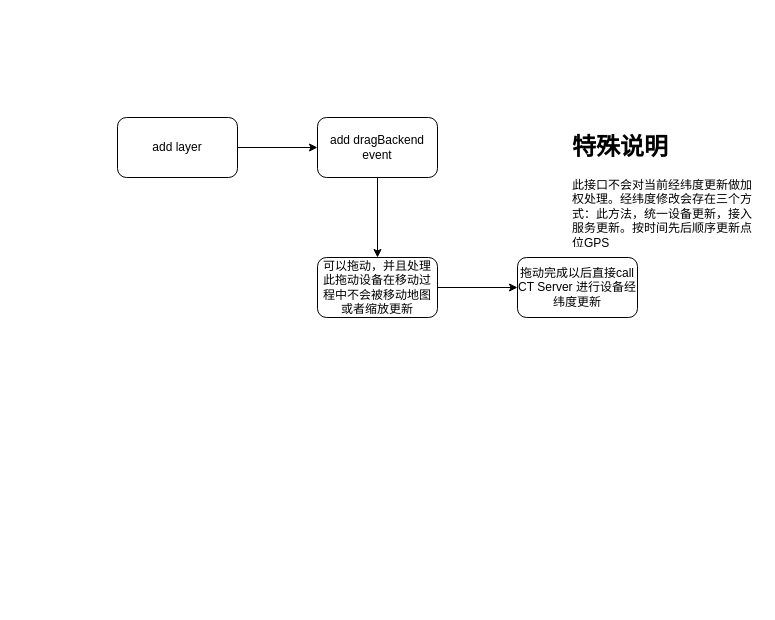
The draw.io diagram page "图层拖动方案" (1 of 3) of Untitled Diagram.drawio in blueshu/DygraphSupport, before the edit. Source tidied: cells renumbered, new cells numbered last; positions are measured from the earlier drawing's top-left corner, leaving out a move shared by most shapes. Both pictures are drawn from the tidied source at 100%, with x=0, y=0 at pixel (117, 117).
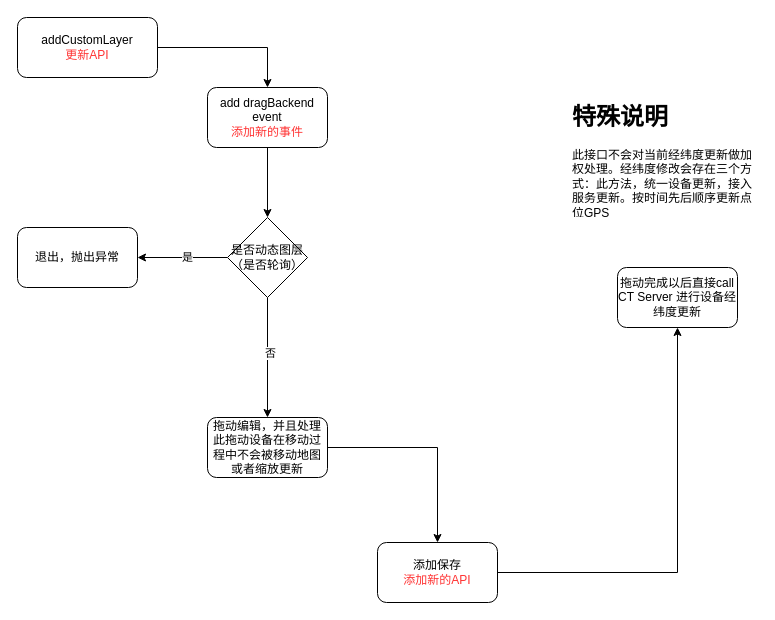
The same diagram, later.

Change to the diagram source:
```diff
@@
 <mxGraphModel>
   <root>
     <mxCell id="0" />
     <mxCell id="1" parent="0" />
     <mxCell id="2" style="edgeStyle=orthogonalEdgeStyle;rounded=0;jettySize=auto;html=1;" parent="1" edge="1" source="3" target="5">
       <mxGeometry relative="1" as="geometry" />
     </mxCell>
-    <mxCell id="3" value="add layer" style="rounded=1;whiteSpace=wrap;html=1;" parent="1" vertex="1">
-      <mxGeometry width="120" height="60" as="geometry" />
+    <mxCell id="3" value="addCustomLayer&lt;br&gt;&lt;font color=&quot;#ff3333&quot;&gt;更新API&lt;/font&gt;" style="rounded=1;whiteSpace=wrap;html=1;" parent="1" vertex="1">
+      <mxGeometry x="-100" y="-100" width="140" height="60" as="geometry" />
     </mxCell>
-    <mxCell id="4" style="edgeStyle=orthogonalEdgeStyle;rounded=0;jettySize=auto;html=1;" parent="1" edge="1" source="5" target="7">
-      <mxGeometry relative="1" as="geometry" />
-    </mxCell>
+    <mxCell id="10" style="edgeStyle=orthogonalEdgeStyle;rounded=0;jettySize=auto;html=1;entryX=0.5;entryY=0;entryDx=0;entryDy=0;" parent="1" edge="1" source="5" target="17">
+      <mxGeometry relative="1" as="geometry" />
+    </mxCell>
-    <mxCell id="5" value="add dragBackend event" style="rounded=1;whiteSpace=wrap;html=1;" parent="1" vertex="1">
-      <mxGeometry x="200" width="120" height="60" as="geometry" />
+    <mxCell id="5" value="add dragBackend event&lt;br&gt;&lt;font color=&quot;#ff3333&quot;&gt;添加新的事件&lt;/font&gt;" style="rounded=1;whiteSpace=wrap;html=1;" parent="1" vertex="1">
+      <mxGeometry x="90" y="-30" width="120" height="60" as="geometry" />
     </mxCell>
-    <mxCell id="6" style="edgeStyle=orthogonalEdgeStyle;rounded=0;jettySize=auto;html=1;" parent="1" edge="1" source="7" target="8">
+    <mxCell id="6" style="edgeStyle=orthogonalEdgeStyle;rounded=0;jettySize=auto;html=1;exitX=1;exitY=0.5;exitDx=0;exitDy=0;" parent="1" edge="1" source="12" target="8">
       <mxGeometry relative="1" as="geometry" />
     </mxCell>
+    <mxCell id="11" style="edgeStyle=orthogonalEdgeStyle;rounded=0;jettySize=auto;html=1;" parent="1" edge="1" source="7" target="12">
+      <mxGeometry relative="1" as="geometry" />
+    </mxCell>
-    <mxCell id="7" value="可以拖动，并且处理此拖动设备在移动过程中不会被移动地图或者缩放更新" style="rounded=1;whiteSpace=wrap;html=1;" parent="1" vertex="1">
-      <mxGeometry x="200" y="140" width="120" height="60" as="geometry" />
+    <mxCell id="7" value="拖动编辑，并且处理此拖动设备在移动过程中不会被移动地图或者缩放更新" style="rounded=1;whiteSpace=wrap;html=1;" parent="1" vertex="1">
+      <mxGeometry x="90" y="300" width="120" height="60" as="geometry" />
     </mxCell>
+    <mxCell id="12" value="添加保存&lt;br&gt;&lt;font color=&quot;#ff3333&quot;&gt;添加新的API&lt;/font&gt;" style="rounded=1;whiteSpace=wrap;html=1;" parent="1" vertex="1">
+      <mxGeometry x="260" y="425" width="120" height="60" as="geometry" />
+    </mxCell>
     <mxCell id="8" value="拖动完成以后直接call CT Server 进行设备经纬度更新" style="rounded=1;whiteSpace=wrap;html=1;" parent="1" vertex="1">
-      <mxGeometry x="400" y="140" width="120" height="60" as="geometry" />
+      <mxGeometry x="500" y="150" width="120" height="60" as="geometry" />
     </mxCell>
     <mxCell id="9" value="&lt;h1&gt;特殊说明&lt;/h1&gt;&lt;div&gt;此接口不会对当前经纬度更新做加权处理。经纬度修改会存在三个方式：此方法，统一设备更新，接入服务更新。按时间先后顺序更新点位GPS&lt;/div&gt;" style="text;html=1;strokeColor=none;fillColor=none;spacing=5;spacingTop=-20;whiteSpace=wrap;overflow=hidden;rounded=0;" parent="1" vertex="1">
-      <mxGeometry x="450" y="10" width="190" height="120" as="geometry" />
+      <mxGeometry x="450" y="-20" width="190" height="120" as="geometry" />
     </mxCell>
+    <mxCell id="13" style="edgeStyle=orthogonalEdgeStyle;rounded=0;jettySize=auto;html=1;entryX=0.5;entryY=0;entryDx=0;entryDy=0;" parent="1" edge="1" source="17" target="7">
+      <mxGeometry relative="1" as="geometry" />
+    </mxCell>
+    <mxCell id="14" value="否" style="edgeLabel;html=1;align=center;verticalAlign=middle;" parent="13" vertex="1">
+      <mxGeometry x="-0.08" y="2" relative="1" as="geometry" />
+    </mxCell>
+    <mxCell id="15" style="edgeStyle=orthogonalEdgeStyle;rounded=0;jettySize=auto;html=1;" parent="1" edge="1" source="17" target="18">
+      <mxGeometry relative="1" as="geometry" />
+    </mxCell>
+    <mxCell id="16" value="是" style="edgeLabel;html=1;align=center;verticalAlign=middle;" parent="15" vertex="1">
+      <mxGeometry x="-0.1" y="-1" relative="1" as="geometry" />
+    </mxCell>
+    <mxCell id="17" value="是否动态图层（是否轮询）" style="rhombus;whiteSpace=wrap;html=1;" parent="1" vertex="1">
+      <mxGeometry x="110" y="100" width="80" height="80" as="geometry" />
+    </mxCell>
+    <mxCell id="18" value="退出，抛出异常" style="rounded=1;whiteSpace=wrap;html=1;" parent="1" vertex="1">
+      <mxGeometry x="-100" y="110" width="120" height="60" as="geometry" />
+    </mxCell>
   </root>
 </mxGraphModel>
```
